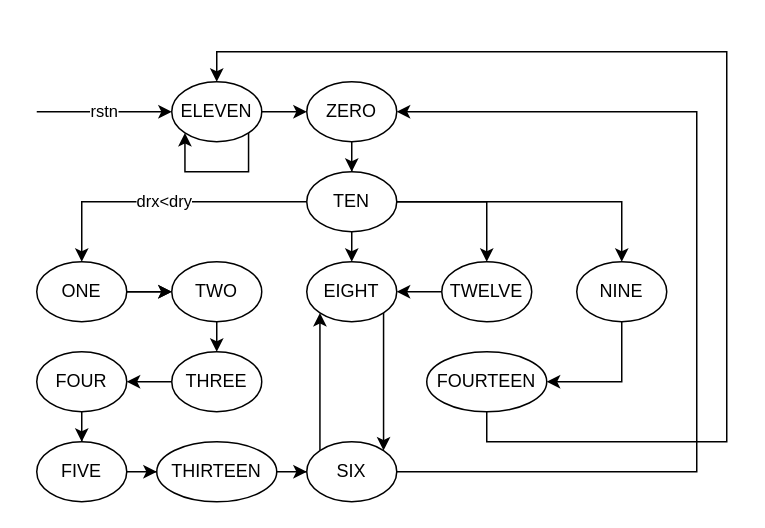
Before: 未命名绘图.drawio in caochenrui/Draw.io, a draw.io diagram. Source tidied: cells renumbered, new cells numbered last; positions are measured from the earlier drawing's top-left corner, leaving out a move shared by most shapes. Both pictures are drawn from the tidied source at 150%, with x=0, y=0 at pixel (36, 51).
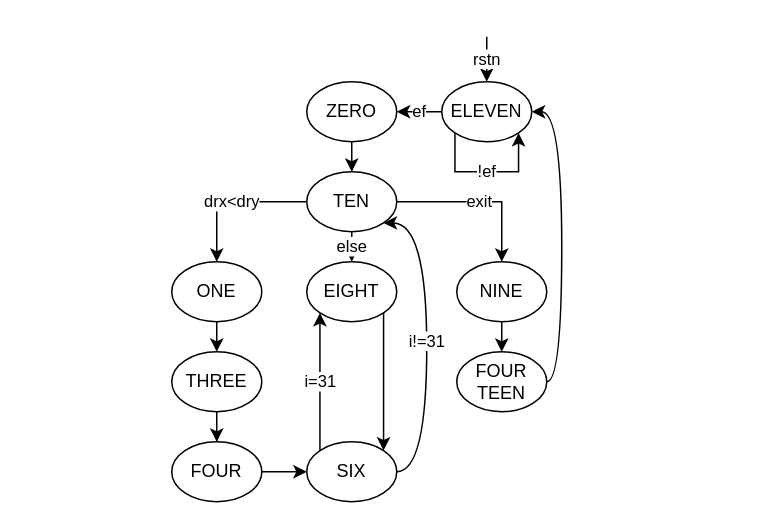
The same diagram, later.

Commit message:
更新未命名绘图.drawio

The change refers to these unchanged cells:
```xml
<mxCell id="3" value="ZERO" style="ellipse;whiteSpace=wrap;html=1;" parent="1" vertex="1">
  <mxGeometry x="180" y="20" width="60" height="40" as="geometry" />
</mxCell>
<mxCell id="8" value="TEN" style="ellipse;whiteSpace=wrap;html=1;" parent="1" vertex="1">
  <mxGeometry x="180" y="80" width="60" height="40" as="geometry" />
</mxCell>
<mxCell id="13" value="EIGHT" style="ellipse;whiteSpace=wrap;html=1;" parent="1" vertex="1">
  <mxGeometry x="180" y="140" width="60" height="40" as="geometry" />
</mxCell>
<mxCell id="19" value="THREE" style="ellipse;whiteSpace=wrap;html=1;" parent="1" vertex="1">
  <mxGeometry x="90" y="200" width="60" height="40" as="geometry" />
</mxCell>
<mxCell id="28" value="SIX" style="ellipse;whiteSpace=wrap;html=1;" parent="1" vertex="1">
  <mxGeometry x="180" y="260" width="60" height="40" as="geometry" />
</mxCell>
```

The edit, as a diff of the source:
```diff
@@
-    <mxCell id="5" style="edgeStyle=orthogonalEdgeStyle;rounded=0;jettySize=auto;html=1;" parent="1" edge="1" source="8" target="13">
+    <mxCell id="5" value="else" style="edgeStyle=orthogonalEdgeStyle;rounded=0;jettySize=auto;html=1;" parent="1" edge="1" source="8" target="13">
       <mxGeometry relative="1" as="geometry">
         <Array as="points">
           <mxPoint x="210" y="80" />
         </Array>
       </mxGeometry>
     </mxCell>
-    <mxCell id="6" style="edgeStyle=orthogonalEdgeStyle;rounded=0;jettySize=auto;html=1;" parent="1" edge="1" source="8" target="33">
-      <mxGeometry relative="1" as="geometry" />
-    </mxCell>
-    <mxCell id="7" style="edgeStyle=orthogonalEdgeStyle;rounded=0;jettySize=auto;html=1;" parent="1" edge="1" source="8" target="30">
+    <mxCell id="7" value="exit" style="edgeStyle=orthogonalEdgeStyle;rounded=0;jettySize=auto;html=1;exitX=1;exitY=0.5;exitDx=0;exitDy=0;" parent="1" edge="1" source="8" target="30">
       <mxGeometry relative="1" as="geometry">
         <Array as="points">
-          <mxPoint x="390" y="100" />
+          <mxPoint x="310" y="100" />
         </Array>
       </mxGeometry>
     </mxCell>
@@
-    <mxCell id="9" style="edgeStyle=orthogonalEdgeStyle;rounded=0;jettySize=auto;html=1;" parent="1" edge="1" source="11" target="17">
-      <mxGeometry relative="1" as="geometry" />
-    </mxCell>
-    <mxCell id="10" style="edgeStyle=orthogonalEdgeStyle;rounded=0;jettySize=auto;html=1;" parent="1" edge="1" source="11" target="17">
-      <mxGeometry relative="1" as="geometry" />
-    </mxCell>
+    <mxCell id="37" style="edgeStyle=orthogonalEdgeStyle;rounded=0;jettySize=auto;html=1;exitX=0.5;exitY=1;exitDx=0;exitDy=0;entryX=0.5;entryY=0;entryDx=0;entryDy=0;" parent="1" edge="1" source="11" target="19">
+      <mxGeometry relative="1" as="geometry" />
+    </mxCell>
     <mxCell id="11" value="ONE" style="ellipse;whiteSpace=wrap;html=1;" parent="1" vertex="1">
-      <mxGeometry y="140" width="60" height="40" as="geometry" />
+      <mxGeometry x="90" y="140" width="60" height="40" as="geometry" />
     </mxCell>
@@
-    <mxCell id="14" style="edgeStyle=orthogonalEdgeStyle;rounded=0;jettySize=auto;html=1;" parent="1" edge="1" source="15" target="3">
+    <mxCell id="14" value="ef" style="edgeStyle=orthogonalEdgeStyle;rounded=0;jettySize=auto;html=1;" parent="1" edge="1" source="15" target="3">
       <mxGeometry relative="1" as="geometry" />
     </mxCell>
     <mxCell id="15" value="ELEVEN" style="ellipse;whiteSpace=wrap;html=1;" parent="1" vertex="1">
-      <mxGeometry x="90" y="20" width="60" height="40" as="geometry" />
+      <mxGeometry x="270" y="20" width="60" height="40" as="geometry" />
     </mxCell>
-    <mxCell id="16" style="edgeStyle=orthogonalEdgeStyle;rounded=0;jettySize=auto;html=1;" parent="1" edge="1" source="17" target="19">
-      <mxGeometry relative="1" as="geometry">
-        <Array as="points">
-          <mxPoint x="120" y="230" />
-        </Array>
-      </mxGeometry>
-    </mxCell>
-    <mxCell id="17" value="TWO" style="ellipse;whiteSpace=wrap;html=1;" parent="1" vertex="1">
-      <mxGeometry x="90" y="140" width="60" height="40" as="geometry" />
-    </mxCell>
@@
-    <mxCell id="20" style="edgeStyle=orthogonalEdgeStyle;rounded=0;jettySize=auto;html=1;" parent="1" edge="1" source="21" target="23">
-      <mxGeometry relative="1" as="geometry" />
-    </mxCell>
+    <mxCell id="38" style="edgeStyle=orthogonalEdgeStyle;rounded=0;jettySize=auto;html=1;exitX=1;exitY=0.5;exitDx=0;exitDy=0;entryX=0;entryY=0.5;entryDx=0;entryDy=0;" parent="1" edge="1" source="21" target="28">
+      <mxGeometry relative="1" as="geometry" />
+    </mxCell>
     <mxCell id="21" value="FOUR" style="ellipse;whiteSpace=wrap;html=1;" parent="1" vertex="1">
-      <mxGeometry y="200" width="60" height="40" as="geometry" />
+      <mxGeometry x="90" y="260" width="60" height="40" as="geometry" />
     </mxCell>
-    <mxCell id="22" style="edgeStyle=orthogonalEdgeStyle;rounded=0;jettySize=auto;html=1;" parent="1" edge="1" source="23" target="25">
-      <mxGeometry relative="1" as="geometry" />
-    </mxCell>
-    <mxCell id="23" value="FIVE" style="ellipse;whiteSpace=wrap;html=1;" parent="1" vertex="1">
-      <mxGeometry y="260" width="60" height="40" as="geometry" />
-    </mxCell>
-    <mxCell id="24" style="edgeStyle=orthogonalEdgeStyle;rounded=0;jettySize=auto;html=1;" parent="1" edge="1" source="25" target="28">
-      <mxGeometry relative="1" as="geometry" />
-    </mxCell>
-    <mxCell id="25" value="THIRTEEN" style="ellipse;whiteSpace=wrap;html=1;" parent="1" vertex="1">
-      <mxGeometry x="80" y="260" width="80" height="40" as="geometry" />
-    </mxCell>
-    <mxCell id="26" style="edgeStyle=orthogonalEdgeStyle;rounded=0;jettySize=auto;html=1;exitX=1;exitY=0.5;exitDx=0;exitDy=0;entryX=1;entryY=0.5;entryDx=0;entryDy=0;" parent="1" edge="1" source="28" target="3">
+    <mxCell id="26" value="i!=31" style="edgeStyle=orthogonalEdgeStyle;rounded=0;jettySize=auto;html=1;exitX=1;exitY=0.5;exitDx=0;exitDy=0;entryX=1;entryY=1;entryDx=0;entryDy=0;curved=1;" parent="1" edge="1" source="28" target="8">
       <mxGeometry relative="1" as="geometry">
         <Array as="points">
-          <mxPoint x="440" y="280" />
-          <mxPoint x="440" y="40" />
+          <mxPoint x="260" y="280" />
+          <mxPoint x="260" y="114" />
         </Array>
       </mxGeometry>
     </mxCell>
-    <mxCell id="27" style="edgeStyle=orthogonalEdgeStyle;rounded=0;jettySize=auto;html=1;entryX=0;entryY=1;entryDx=0;entryDy=0;exitX=0;exitY=0;exitDx=0;exitDy=0;" parent="1" edge="1" source="28" target="13">
+    <mxCell id="27" value="i=31" style="edgeStyle=orthogonalEdgeStyle;rounded=0;jettySize=auto;html=1;entryX=0;entryY=1;entryDx=0;entryDy=0;exitX=0;exitY=0;exitDx=0;exitDy=0;" parent="1" edge="1" source="28" target="13">
       <mxGeometry relative="1" as="geometry" />
     </mxCell>
@@
     <mxCell id="29" style="edgeStyle=orthogonalEdgeStyle;rounded=0;jettySize=auto;html=1;" parent="1" edge="1" source="30" target="34">
       <mxGeometry relative="1" as="geometry">
         <Array as="points">
-          <mxPoint x="390" y="220" />
+          <mxPoint x="310" y="190" />
+          <mxPoint x="310" y="190" />
         </Array>
       </mxGeometry>
     </mxCell>
     <mxCell id="30" value="NINE" style="ellipse;whiteSpace=wrap;html=1;" parent="1" vertex="1">
-      <mxGeometry x="360" y="140" width="60" height="40" as="geometry" />
+      <mxGeometry x="280" y="140" width="60" height="40" as="geometry" />
     </mxCell>
-    <mxCell id="31" style="edgeStyle=orthogonalEdgeStyle;rounded=0;jettySize=auto;html=1;" parent="1" edge="1" source="34" target="15">
+    <mxCell id="31" style="edgeStyle=orthogonalEdgeStyle;rounded=0;jettySize=auto;html=1;entryX=1;entryY=0.5;entryDx=0;entryDy=0;curved=1;" parent="1" edge="1" source="34" target="15">
       <mxGeometry relative="1" as="geometry">
         <Array as="points">
-          <mxPoint x="300" y="260" />
-          <mxPoint x="460" y="260" />
-          <mxPoint x="460" />
-          <mxPoint x="120" />
+          <mxPoint x="350" y="220" />
+          <mxPoint x="350" y="40" />
         </Array>
       </mxGeometry>
     </mxCell>
-    <mxCell id="32" style="edgeStyle=orthogonalEdgeStyle;rounded=0;jettySize=auto;html=1;" parent="1" edge="1" source="33" target="13">
-      <mxGeometry relative="1" as="geometry" />
-    </mxCell>
-    <mxCell id="33" value="TWELVE" style="ellipse;whiteSpace=wrap;html=1;" parent="1" vertex="1">
-      <mxGeometry x="270" y="140" width="60" height="40" as="geometry" />
-    </mxCell>
-    <mxCell id="34" value="FOURTEEN" style="ellipse;whiteSpace=wrap;html=1;" parent="1" vertex="1">
-      <mxGeometry x="260" y="200" width="80" height="40" as="geometry" />
+    <mxCell id="34" value="FOUR&lt;br&gt;TEEN" style="ellipse;whiteSpace=wrap;html=1;" parent="1" vertex="1">
+      <mxGeometry x="280" y="200" width="60" height="40" as="geometry" />
     </mxCell>
-    <mxCell id="35" value="rstn" style="endArrow=classic;html=1;rounded=0;" parent="1" edge="1">
+    <mxCell id="35" value="rstn" style="endArrow=classic;html=1;rounded=0;entryX=0.5;entryY=0;entryDx=0;entryDy=0;" parent="1" edge="1" target="15">
       <mxGeometry relative="1" as="geometry">
-        <mxPoint y="40" as="sourcePoint" />
-        <mxPoint x="90" y="40" as="targetPoint" />
+        <mxPoint x="300" y="-10" as="sourcePoint" />
       </mxGeometry>
     </mxCell>
-    <mxCell id="36" style="edgeStyle=orthogonalEdgeStyle;rounded=0;orthogonalLoop=1;jettySize=auto;html=1;exitX=1;exitY=1;exitDx=0;exitDy=0;entryX=0;entryY=1;entryDx=0;entryDy=0;" parent="1" edge="1" source="15" target="15">
+    <mxCell id="36" value="!ef" style="edgeStyle=orthogonalEdgeStyle;rounded=0;orthogonalLoop=1;jettySize=auto;html=1;exitX=0;exitY=1;exitDx=0;exitDy=0;entryX=1;entryY=1;entryDx=0;entryDy=0;" parent="1" edge="1" source="15" target="15">
       <mxGeometry relative="1" as="geometry">
         <Array as="points">
-          <mxPoint x="141" y="80" />
-          <mxPoint x="99" y="80" />
+          <mxPoint x="279" y="80" />
+          <mxPoint x="321" y="80" />
         </Array>
       </mxGeometry>
     </mxCell>
```
